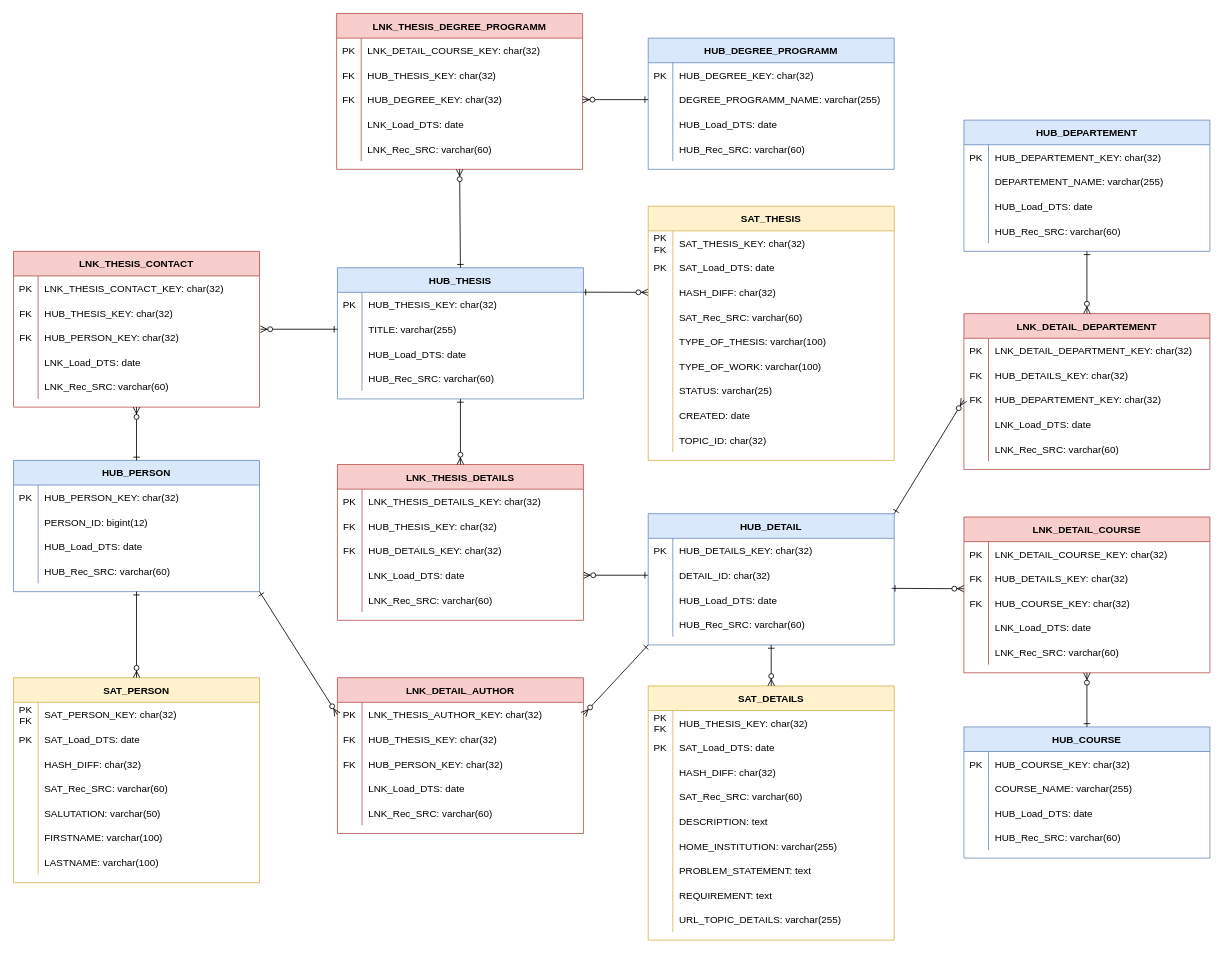
Before: model/data_vault.drawio in sekrupke/bi-mini-project-p02, a draw.io diagram. Source tidied: cells renumbered, new cells numbered last; positions are measured from the earlier drawing's top-left corner, leaving out a move shared by most shapes. Both pictures are drawn from the tidied source at 82%, with x=0, y=0 at pixel (13, 13).
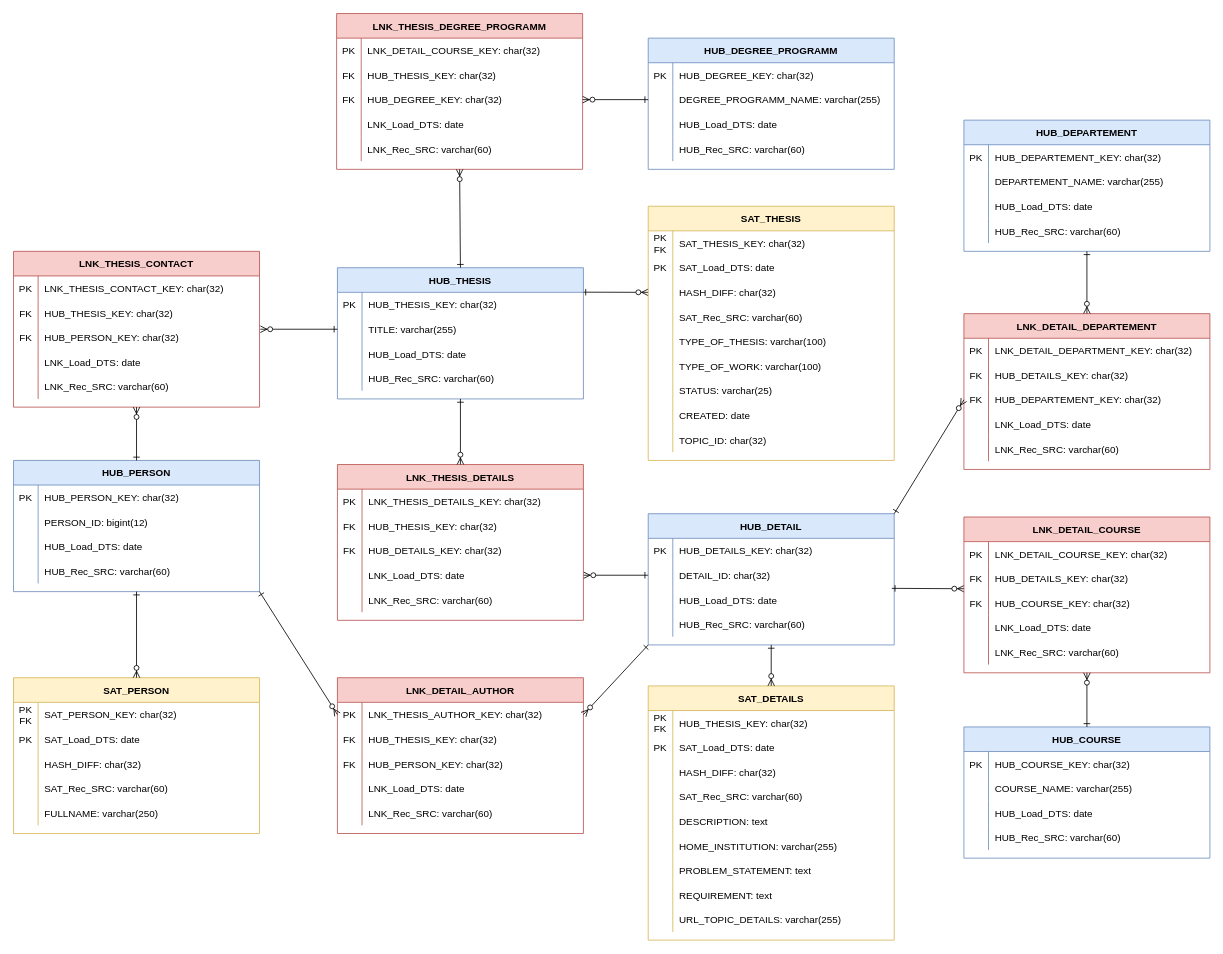
The same diagram, later.

Commit message (it also covers changes not shown here):
Refactor Data Vault Model for SAT_PERSON and add Satellite import scripts

Unchanged cells that the change refers to:
```xml
<mxCell id="260" style="shape=partialRectangle;fillColor=none;top=0;left=0;right=0;bottom=0;" parent="247" vertex="1">
  <mxGeometry y="150" width="300" height="30" as="geometry" />
</mxCell>
```

What changed in the source:
```diff
@@
     <mxCell id="247" value="SAT_PERSON" style="shape=table;startSize=30;childLayout=tableLayout;rowLines=0;fontStyle=1;align=center;fillColor=#fff2cc;strokeColor=#d6b656;" parent="1" vertex="1">
-      <mxGeometry y="810" width="300" height="250" as="geometry" />
+      <mxGeometry y="810" width="300" height="190" as="geometry" />
     </mxCell>
@@
-    <mxCell id="262" value="SALUTATION: varchar(50)" style="shape=partialRectangle;overflow=hidden;fillColor=none;top=0;left=0;bottom=0;right=0;align=left;spacingLeft=6;" parent="260" vertex="1">
+    <mxCell id="262" value="FULLNAME: varchar(250)" style="shape=partialRectangle;overflow=hidden;fillColor=none;top=0;left=0;bottom=0;right=0;align=left;spacingLeft=6;" parent="260" vertex="1">
       <mxGeometry x="30" width="270" height="30" as="geometry" />
     </mxCell>
-    <mxCell id="263" style="shape=partialRectangle;fillColor=none;top=0;left=0;right=0;bottom=0;" parent="247" vertex="1">
-      <mxGeometry y="180" width="300" height="30" as="geometry" />
-    </mxCell>
-    <mxCell id="264" style="shape=partialRectangle;overflow=hidden;fillColor=none;top=0;left=0;bottom=0;right=0;" parent="263" vertex="1">
-      <mxGeometry width="30" height="30" as="geometry" />
-    </mxCell>
-    <mxCell id="265" value="FIRSTNAME: varchar(100)" style="shape=partialRectangle;overflow=hidden;fillColor=none;top=0;left=0;bottom=0;right=0;align=left;spacingLeft=6;" parent="263" vertex="1">
-      <mxGeometry x="30" width="270" height="30" as="geometry" />
-    </mxCell>
-    <mxCell id="266" style="shape=partialRectangle;fillColor=none;top=0;left=0;right=0;bottom=0;" parent="247" vertex="1">
-      <mxGeometry y="210" width="300" height="30" as="geometry" />
-    </mxCell>
-    <mxCell id="267" style="shape=partialRectangle;overflow=hidden;fillColor=none;top=0;left=0;bottom=0;right=0;" parent="266" vertex="1">
-      <mxGeometry width="30" height="30" as="geometry" />
-    </mxCell>
-    <mxCell id="268" value="LASTNAME: varchar(100)" style="shape=partialRectangle;overflow=hidden;fillColor=none;top=0;left=0;bottom=0;right=0;align=left;spacingLeft=6;" parent="266" vertex="1">
-      <mxGeometry x="30" width="270" height="30" as="geometry" />
-    </mxCell>
```
